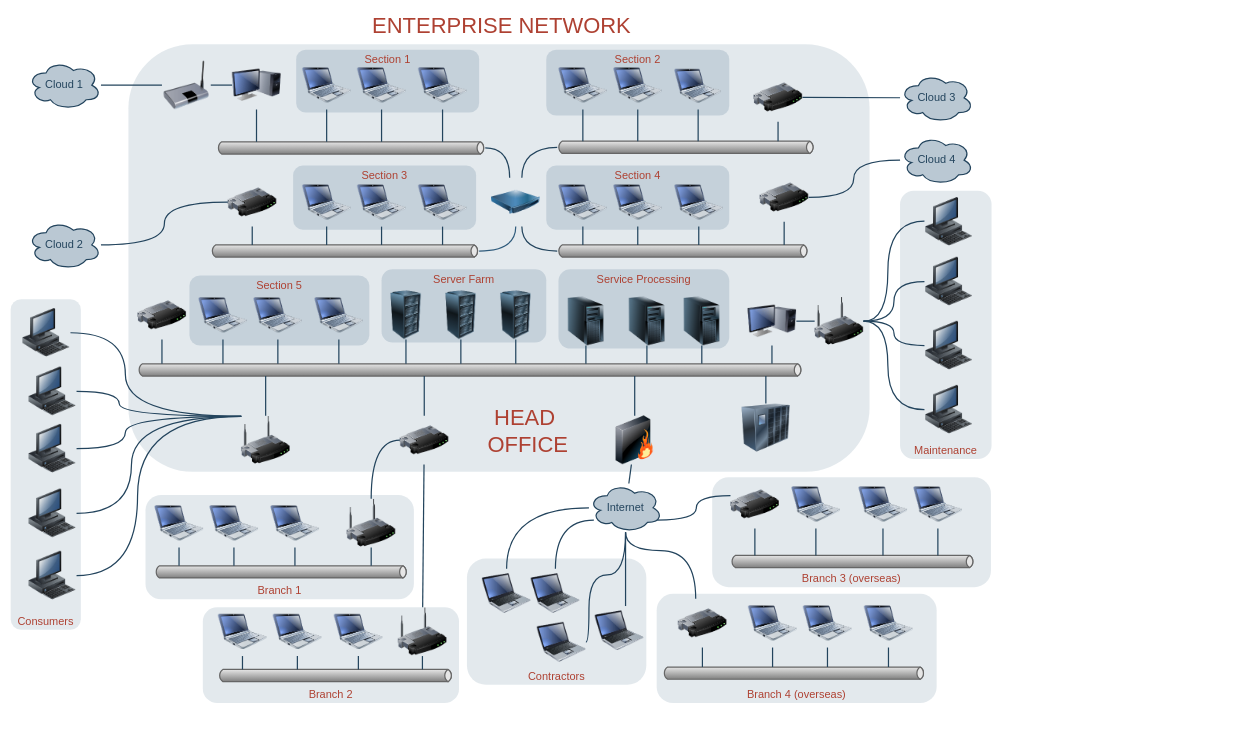
The draw.io diagram Untitled Diagram.drawio in buzaturadu/stuff, before the edit. Source tidied: cells renumbered, new cells numbered last; positions are measured from the earlier drawing's top-left corner, leaving out a move shared by most shapes. Both pictures are drawn from the tidied source at 61%, with x=0, y=0 at pixel (10, 10).
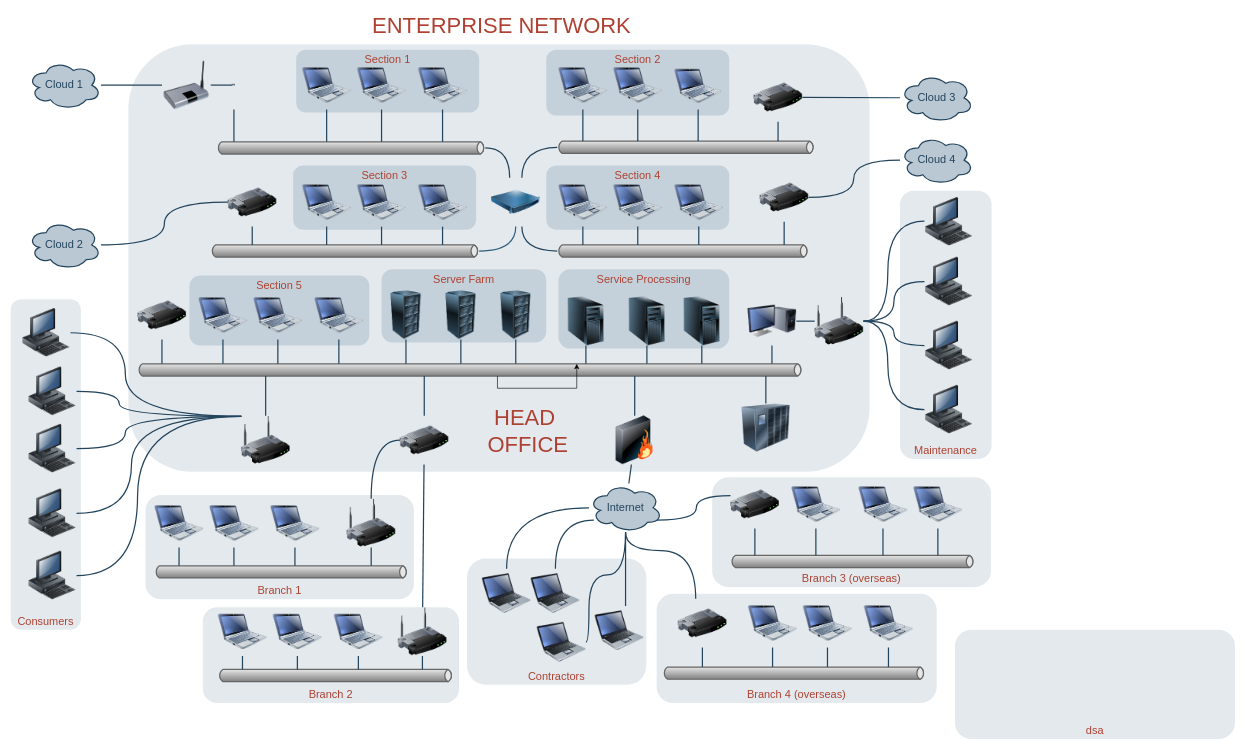
The same page after the edit.

The change refers to these unchanged cells:
```xml
<mxCell id="48" style="strokeWidth=2;strokeColor=#666666;dashed=0;align=center;html=1;fontSize=8;shape=mxgraph.eip.messageChannel;shadow=0;fillColor=#FFFFFF;gradientColor=none;fontColor=#F08705;fontStyle=0;" parent="1" vertex="1">
  <mxGeometry x="208" y="579" width="1090" height="20" as="geometry" />
</mxCell>
```

What changed in the source:
```diff
@@
     <mxCell id="22" style="image;html=1;image=img/lib/clip_art/computers/Monitor_Tower_128x128.png;shadow=0;strokeColor=#000000;fillColor=#FFFFFF;gradientColor=none;fontSize=18;fontColor=#F08705;fontStyle=0;" parent="1" vertex="1">
-      <mxGeometry x="363" y="82" width="80" height="80" as="geometry" />
+      <mxGeometry x="363" y="82" width="5" height="80" as="geometry" />
     </mxCell>
@@
+    <mxCell id="173" style="edgeStyle=orthogonalEdgeStyle;rounded=0;orthogonalLoop=1;jettySize=auto;html=1;exitX=0;exitY=1;exitDx=590;exitDy=0;exitPerimeter=0;entryX=0;entryY=0;entryDx=720;entryDy=0;entryPerimeter=0;" parent="1" edge="1" source="48" target="48">
+      <mxGeometry relative="1" as="geometry" />
+    </mxCell>
+    <mxCell id="174" value="dsa" style="rounded=1;whiteSpace=wrap;html=1;shadow=0;strokeColor=none;fillColor=#BAC8D3;gradientColor=none;fontSize=18;fontColor=#AE4132;fontStyle=0;verticalAlign=bottom;opacity=40;strokeWidth=3;" parent="1" vertex="1">
+      <mxGeometry x="1548" y="1015" width="459" height="179" as="geometry" />
+    </mxCell>
```
